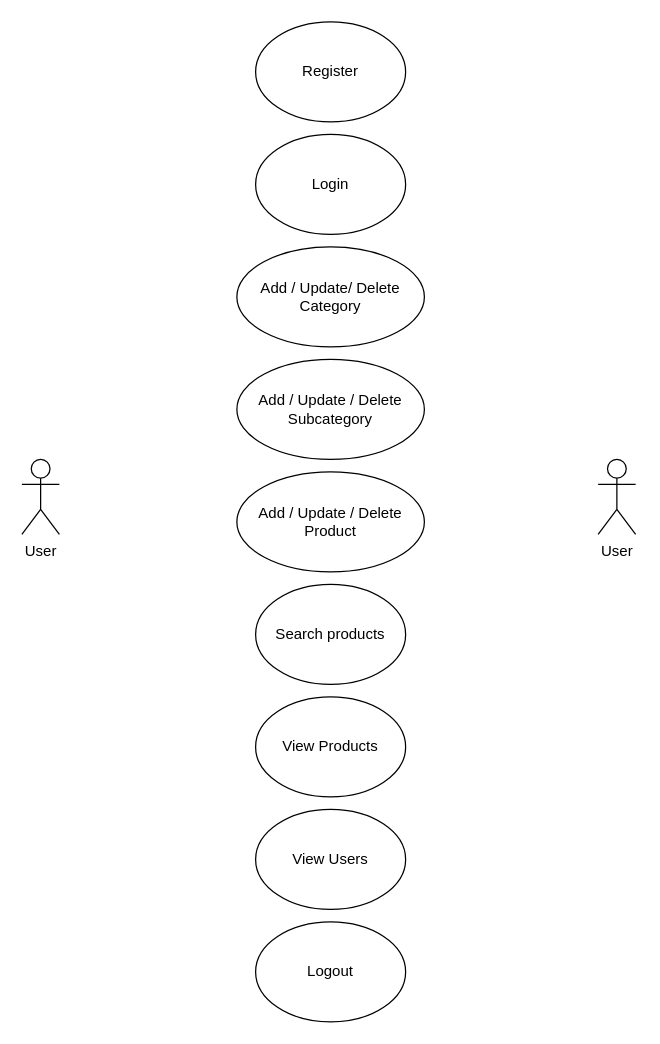
The draw.io diagram use-case diagramme.drawio in PrinceRudani/codedecoders, before the edit. Source tidied: cells renumbered, new cells numbered last; positions are measured from the earlier drawing's top-left corner, leaving out a move shared by most shapes. Both pictures are drawn from the tidied source at 125%, with x=0, y=0 at pixel (21, 21).
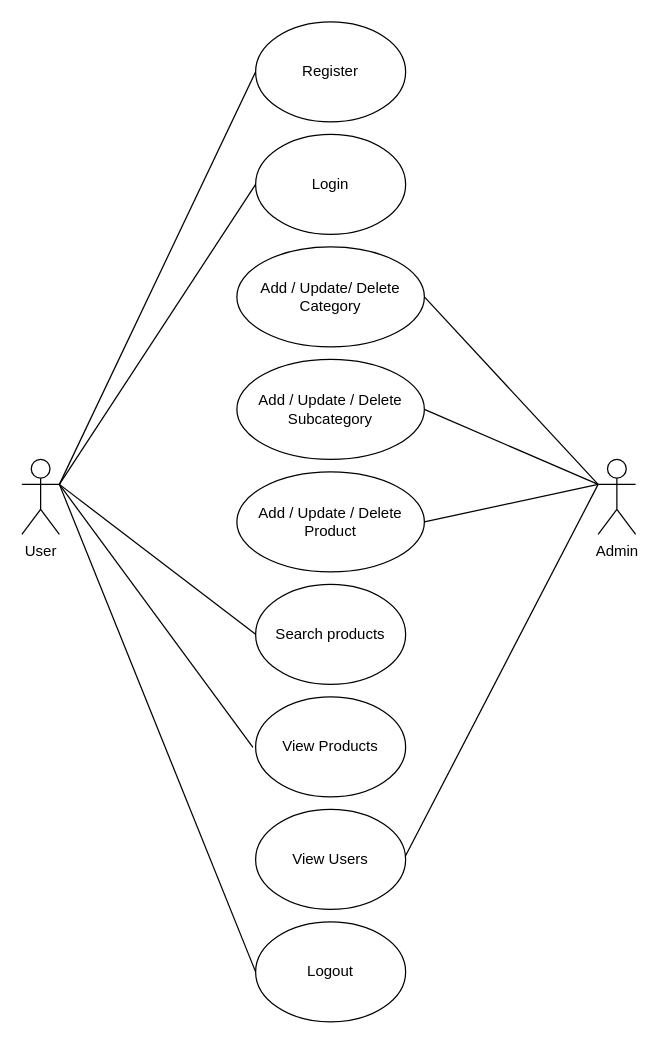
The same diagram, later.

Unchanged cells that the change refers to:
```xml
<mxCell id="2" value="Add / Update/ Delete&lt;div&gt;Category&lt;/div&gt;" style="ellipse;whiteSpace=wrap;html=1;labelBackgroundColor=none;" parent="1" vertex="1">
  <mxGeometry x="172" y="180" width="150" height="80" as="geometry" />
</mxCell>
<mxCell id="3" value="Add / Update / Delete&lt;div&gt;Subcategory&lt;/div&gt;" style="ellipse;whiteSpace=wrap;html=1;labelBackgroundColor=none;" parent="1" vertex="1">
  <mxGeometry x="172" y="270" width="150" height="80" as="geometry" />
</mxCell>
<mxCell id="4" value="Add / Update / Delete&lt;div&gt;Product&lt;/div&gt;" style="ellipse;whiteSpace=wrap;html=1;labelBackgroundColor=none;" parent="1" vertex="1">
  <mxGeometry x="172" y="360" width="150" height="80" as="geometry" />
</mxCell>
<mxCell id="5" value="View Products" style="ellipse;whiteSpace=wrap;html=1;labelBackgroundColor=none;" parent="1" vertex="1">
  <mxGeometry x="187" y="540" width="120" height="80" as="geometry" />
</mxCell>
<mxCell id="6" value="Register" style="ellipse;whiteSpace=wrap;html=1;labelBackgroundColor=none;" parent="1" vertex="1">
  <mxGeometry x="187" width="120" height="80" as="geometry" />
</mxCell>
<mxCell id="7" value="Search products" style="ellipse;whiteSpace=wrap;html=1;labelBackgroundColor=none;" parent="1" vertex="1">
  <mxGeometry x="187" y="450" width="120" height="80" as="geometry" />
</mxCell>
<mxCell id="8" value="View Users" style="ellipse;whiteSpace=wrap;html=1;labelBackgroundColor=none;" parent="1" vertex="1">
  <mxGeometry x="187" y="630" width="120" height="80" as="geometry" />
</mxCell>
<mxCell id="9" value="Logout" style="ellipse;whiteSpace=wrap;html=1;labelBackgroundColor=none;" parent="1" vertex="1">
  <mxGeometry x="187" y="720" width="120" height="80" as="geometry" />
</mxCell>
<mxCell id="10" value="Login" style="ellipse;whiteSpace=wrap;html=1;labelBackgroundColor=none;" parent="1" vertex="1">
  <mxGeometry x="187" y="90" width="120" height="80" as="geometry" />
</mxCell>
<mxCell id="11" value="User" style="shape=umlActor;verticalLabelPosition=bottom;verticalAlign=top;html=1;outlineConnect=0;labelBackgroundColor=none;" parent="1" vertex="1">
  <mxGeometry y="350" width="30" height="60" as="geometry" />
</mxCell>
```

Change to the diagram source:
```diff
@@
-    <mxCell id="12" value="User" style="shape=umlActor;verticalLabelPosition=bottom;verticalAlign=top;html=1;outlineConnect=0;labelBackgroundColor=none;" parent="1" vertex="1">
+    <mxCell id="12" value="Admin" style="shape=umlActor;verticalLabelPosition=bottom;verticalAlign=top;html=1;outlineConnect=0;labelBackgroundColor=none;" parent="1" vertex="1">
       <mxGeometry x="461" y="350" width="30" height="60" as="geometry" />
     </mxCell>
+    <mxCell id="13" style="endArrow=none;html=1;rounded=0;entryX=0;entryY=0.5;entryDx=0;entryDy=0;exitX=1;exitY=0.3333333333333333;exitDx=0;exitDy=0;exitPerimeter=0;" parent="1" edge="1" source="11" target="6">
+      <mxGeometry relative="1" as="geometry" />
+    </mxCell>
+    <mxCell id="14" style="endArrow=none;html=1;rounded=0;entryX=0;entryY=0.5;entryDx=0;entryDy=0;exitX=1;exitY=0.3333333333333333;exitDx=0;exitDy=0;exitPerimeter=0;" parent="1" edge="1" source="11" target="10">
+      <mxGeometry relative="1" as="geometry" />
+    </mxCell>
+    <mxCell id="15" style="endArrow=none;html=1;rounded=0;entryX=0;entryY=0.5;entryDx=0;entryDy=0;exitX=1;exitY=0.3333333333333333;exitDx=0;exitDy=0;exitPerimeter=0;" parent="1" edge="1" source="11" target="7">
+      <mxGeometry relative="1" as="geometry" />
+    </mxCell>
+    <mxCell id="16" style="endArrow=none;html=1;rounded=0;entryX=-0.018;entryY=0.504;entryDx=0;entryDy=0;exitX=1;exitY=0.3333333333333333;exitDx=0;exitDy=0;exitPerimeter=0;entryPerimeter=0;" parent="1" edge="1" source="11" target="5">
+      <mxGeometry relative="1" as="geometry" />
+    </mxCell>
+    <mxCell id="17" style="endArrow=none;html=1;rounded=0;entryX=0;entryY=0.5;entryDx=0;entryDy=0;exitX=1;exitY=0.3333333333333333;exitDx=0;exitDy=0;exitPerimeter=0;" parent="1" edge="1" source="11" target="9">
+      <mxGeometry relative="1" as="geometry" />
+    </mxCell>
+    <mxCell id="18" style="endArrow=none;html=1;rounded=0;entryX=1;entryY=0.5;entryDx=0;entryDy=0;exitX=0;exitY=0.3333333333333333;exitDx=0;exitDy=0;exitPerimeter=0;" parent="1" edge="1" source="12" target="2">
+      <mxGeometry relative="1" as="geometry" />
+    </mxCell>
+    <mxCell id="19" style="endArrow=none;html=1;rounded=0;entryX=1;entryY=0.5;entryDx=0;entryDy=0;exitX=0;exitY=0.3333333333333333;exitDx=0;exitDy=0;exitPerimeter=0;" parent="1" edge="1" source="12" target="3">
+      <mxGeometry relative="1" as="geometry" />
+    </mxCell>
+    <mxCell id="20" style="endArrow=none;html=1;rounded=0;entryX=1;entryY=0.5;entryDx=0;entryDy=0;exitX=0;exitY=0.3333333333333333;exitDx=0;exitDy=0;exitPerimeter=0;" parent="1" edge="1" source="12" target="4">
+      <mxGeometry relative="1" as="geometry" />
+    </mxCell>
+    <mxCell id="21" style="endArrow=none;html=1;rounded=0;entryX=0.998;entryY=0.469;entryDx=0;entryDy=0;exitX=0;exitY=0.3333333333333333;exitDx=0;exitDy=0;exitPerimeter=0;entryPerimeter=0;" parent="1" edge="1" source="12" target="8">
+      <mxGeometry relative="1" as="geometry" />
+    </mxCell>
```
